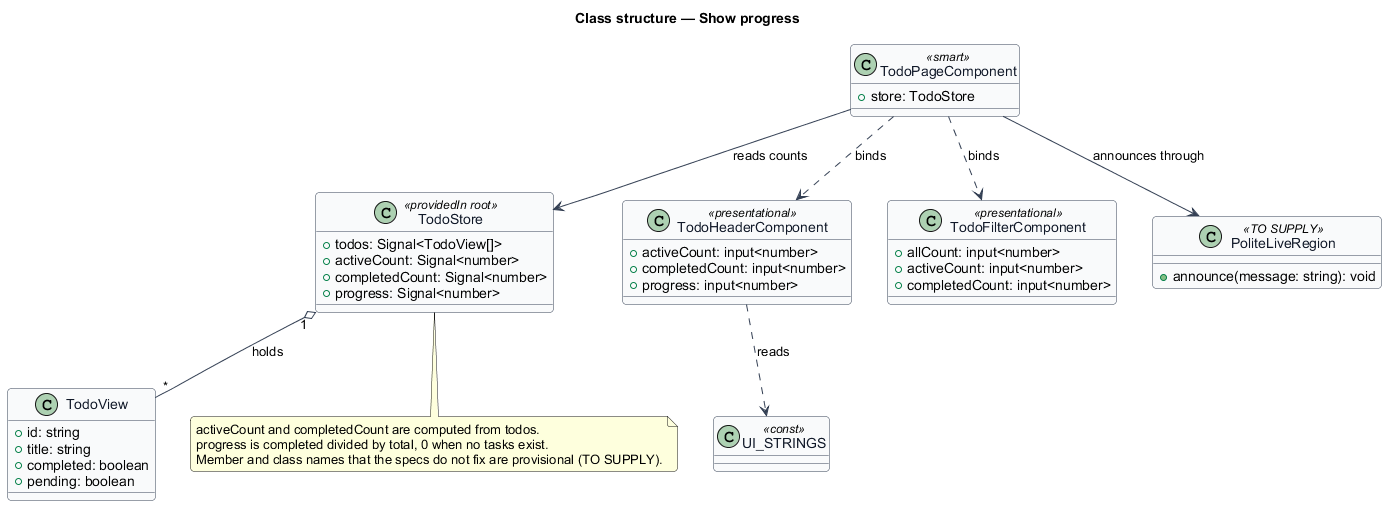
Earlier version of the PlantUML export docs/detailed-designs/task-browsing/show-progress/diagrams/class-structure.png (QuinntyneBrown/php-todo-lab).
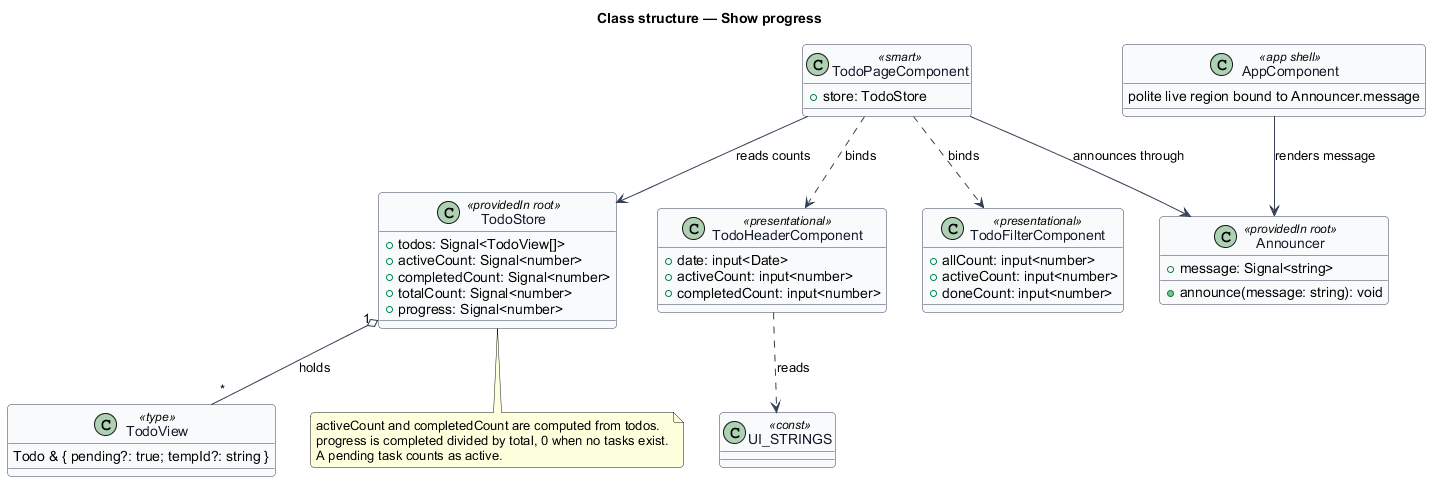
The same file after the commit.

Change to the diagram source:
```diff
@@ -15,14 +15,12 @@
   +todos: Signal<TodoView[]>
   +activeCount: Signal<number>
   +completedCount: Signal<number>
+  +totalCount: Signal<number>
   +progress: Signal<number>
 }
 
-class TodoView {
-  +id: string
-  +title: string
-  +completed: boolean
-  +pending: boolean
+class TodoView <<type>> {
+  Todo & { pending?: true; tempId?: string }
 }
 
 class TodoPageComponent <<smart>> {
@@ -30,19 +28,24 @@
 }
 
 class TodoHeaderComponent <<presentational>> {
+  +date: input<Date>
   +activeCount: input<number>
   +completedCount: input<number>
-  +progress: input<number>
 }
 
 class TodoFilterComponent <<presentational>> {
   +allCount: input<number>
   +activeCount: input<number>
-  +completedCount: input<number>
+  +doneCount: input<number>
 }
 
-class PoliteLiveRegion <<TO SUPPLY>> {
+class Announcer <<providedIn root>> {
+  +message: Signal<string>
   +announce(message: string): void
+}
+
+class AppComponent <<app shell>> {
+  polite live region bound to Announcer.message
 }
 
 class UI_STRINGS <<const>>
@@ -51,12 +54,13 @@
 TodoPageComponent --> TodoStore : reads counts
 TodoPageComponent ..> TodoHeaderComponent : binds
 TodoPageComponent ..> TodoFilterComponent : binds
-TodoPageComponent --> PoliteLiveRegion : announces through
+TodoPageComponent --> Announcer : announces through
+AppComponent --> Announcer : renders message
 TodoHeaderComponent ..> UI_STRINGS : reads
 
 note bottom of TodoStore
   activeCount and completedCount are computed from todos.
   progress is completed divided by total, 0 when no tasks exist.
-  Member and class names that the specs do not fix are provisional (TO SUPPLY).
+  A pending task counts as active.
 end note
 @enduml
```
